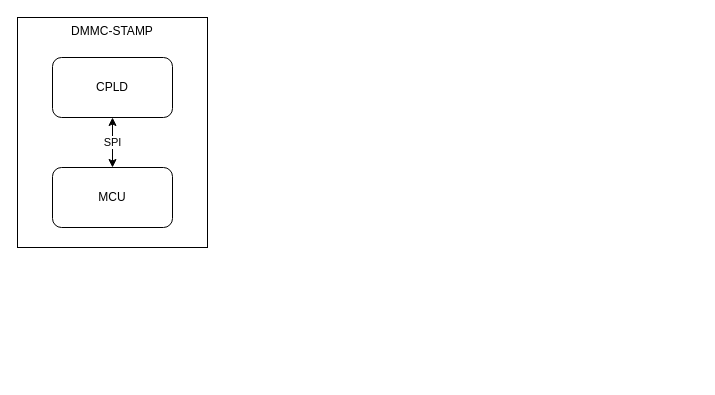
This is doc/mmc-mailbox.drawio from MicroTCA-Tech-Lab/mmc-mailbox, a draw.io file, before an edit. Source tidied: cells renumbered, new cells numbered last; positions are measured from the earlier drawing's top-left corner, leaving out a move shared by most shapes. Both pictures are drawn from the tidied source at 100%, with x=0, y=0 at pixel (17, 17).
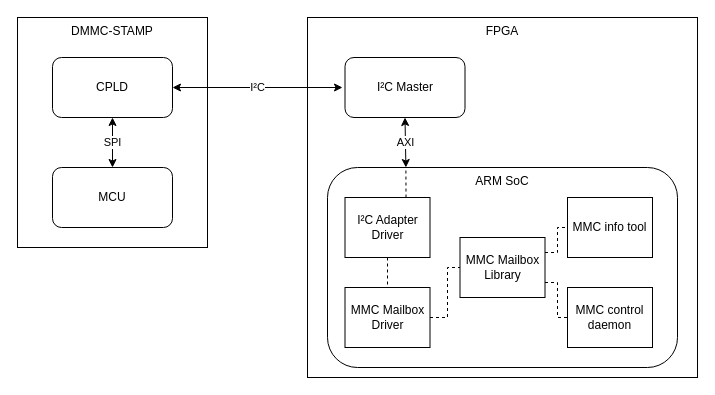
After the change.

Commit message (it also covers changes not shown here):
Update block diagram

The change refers to these unchanged cells:
```xml
<mxCell id="4" value="CPLD" style="rounded=1;whiteSpace=wrap;html=1;" parent="1" vertex="1">
  <mxGeometry x="35" y="40" width="120" height="60" as="geometry" />
</mxCell>
```

Change to the diagram source:
```diff
@@
+    <mxCell id="6" value="FPGA" style="rounded=0;whiteSpace=wrap;html=1;labelPosition=center;verticalLabelPosition=middle;align=center;verticalAlign=top;" parent="1" vertex="1">
+      <mxGeometry x="290" width="390" height="360" as="geometry" />
+    </mxCell>
+    <mxCell id="7" value="ARM SoC" style="rounded=1;whiteSpace=wrap;html=1;verticalAlign=top;" parent="1" vertex="1">
+      <mxGeometry x="310" y="150" width="350" height="200" as="geometry" />
+    </mxCell>
+    <mxCell id="8" value="I²C Master" style="rounded=1;whiteSpace=wrap;html=1;" parent="1" vertex="1">
+      <mxGeometry x="327.5" y="40" width="120" height="60" as="geometry" />
+    </mxCell>
+    <mxCell id="9" value="AXI" style="endArrow=classic;startArrow=classic;html=1;exitX=0.224;exitY=0;exitDx=0;exitDy=0;entryX=0.5;entryY=1;entryDx=0;entryDy=0;exitPerimeter=0;" parent="1" edge="1" source="7" target="8">
+      <mxGeometry relative="1" as="geometry" />
+    </mxCell>
+    <mxCell id="10" value="I²C Adapter&lt;br&gt;Driver" style="rounded=0;whiteSpace=wrap;html=1;" parent="1" vertex="1">
+      <mxGeometry x="327.5" y="180" width="85" height="60" as="geometry" />
+    </mxCell>
+    <mxCell id="11" value="I²C" style="endArrow=classic;startArrow=classic;html=1;rounded=0;fontFamily=Helvetica;" parent="1" edge="1" source="4">
+      <mxGeometry relative="1" as="geometry">
+        <mxPoint x="325" y="70" as="targetPoint" />
+      </mxGeometry>
+    </mxCell>
+    <mxCell id="12" value="MMC Mailbox&lt;br&gt;Driver" style="rounded=0;whiteSpace=wrap;html=1;" parent="1" vertex="1">
+      <mxGeometry x="327.5" y="270" width="85" height="60" as="geometry" />
+    </mxCell>
+    <mxCell id="13" value="MMC Mailbox Library" style="rounded=0;whiteSpace=wrap;html=1;" parent="1" vertex="1">
+      <mxGeometry x="442.5" y="220" width="85" height="60" as="geometry" />
+    </mxCell>
+    <mxCell id="14" value="MMC info tool" style="rounded=0;whiteSpace=wrap;html=1;" parent="1" vertex="1">
+      <mxGeometry x="550" y="180" width="85" height="60" as="geometry" />
+    </mxCell>
+    <mxCell id="15" value="MMC control daemon" style="rounded=0;whiteSpace=wrap;html=1;" parent="1" vertex="1">
+      <mxGeometry x="550" y="270" width="85" height="60" as="geometry" />
+    </mxCell>
+    <mxCell id="16" style="endArrow=none;dashed=1;html=1;rounded=0;fontFamily=Courier New;fontSize=8;entryX=0.224;entryY=0;entryDx=0;entryDy=0;entryPerimeter=0;exitX=0.718;exitY=0.001;exitDx=0;exitDy=0;exitPerimeter=0;" parent="1" edge="1" source="10" target="7">
+      <mxGeometry relative="1" as="geometry" />
+    </mxCell>
+    <mxCell id="17" style="endArrow=none;dashed=1;html=1;rounded=0;fontFamily=Courier New;fontSize=8;entryX=0.5;entryY=0;entryDx=0;entryDy=0;exitX=0.5;exitY=1;exitDx=0;exitDy=0;" parent="1" edge="1" source="10" target="12">
+      <mxGeometry relative="1" as="geometry" />
+    </mxCell>
+    <mxCell id="18" style="endArrow=none;dashed=1;html=1;rounded=0;fontFamily=Courier New;fontSize=8;exitX=1;exitY=0.5;exitDx=0;exitDy=0;entryX=0;entryY=0.5;entryDx=0;entryDy=0;" parent="1" edge="1" source="12" target="13">
+      <mxGeometry relative="1" as="geometry">
+        <Array as="points">
+          <mxPoint x="430" y="300" />
+          <mxPoint x="430" y="250" />
+        </Array>
+      </mxGeometry>
+    </mxCell>
+    <mxCell id="19" style="endArrow=none;dashed=1;html=1;rounded=0;fontFamily=Courier New;fontSize=8;entryX=0;entryY=0.5;entryDx=0;entryDy=0;exitX=1;exitY=0.25;exitDx=0;exitDy=0;" parent="1" edge="1" source="13" target="14">
+      <mxGeometry relative="1" as="geometry">
+        <Array as="points">
+          <mxPoint x="540" y="235" />
+          <mxPoint x="540" y="210" />
+        </Array>
+      </mxGeometry>
+    </mxCell>
+    <mxCell id="20" style="endArrow=none;dashed=1;html=1;rounded=0;fontFamily=Courier New;fontSize=8;exitX=1;exitY=0.75;exitDx=0;exitDy=0;entryX=0;entryY=0.5;entryDx=0;entryDy=0;" parent="1" edge="1" source="13" target="15">
+      <mxGeometry relative="1" as="geometry">
+        <Array as="points">
+          <mxPoint x="540" y="265" />
+          <mxPoint x="540" y="300" />
+        </Array>
+      </mxGeometry>
+    </mxCell>
```
